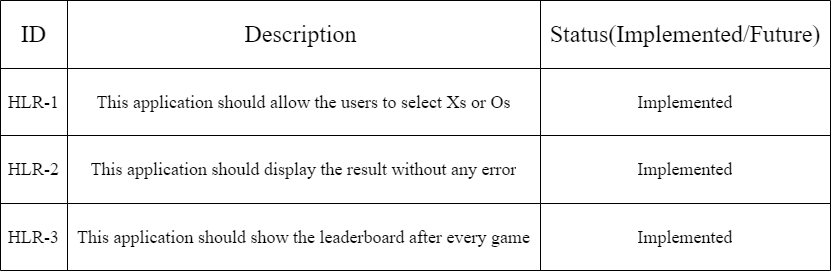
The draw.io diagram 1_Requirements/high level requirments.drawio.png in Soundarya30/M1_Tic-Tac-Toe, before a commit. Source tidied: cells renumbered, new cells last; positions are measured from the earlier drawing's top-left corner, leaving out a move shared by most shapes.
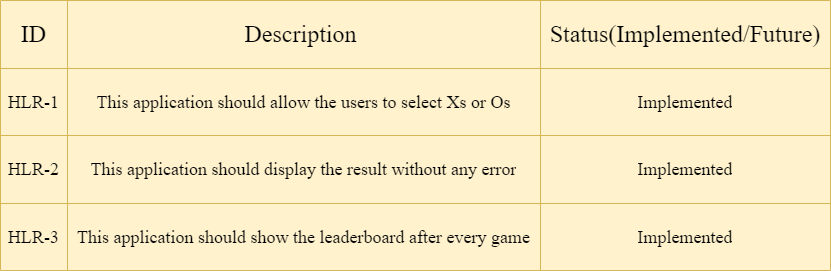
Later version of the same file.

The edit, as a diff of the source:
```diff
@@ -2,7 +2,7 @@
   <root>
     <mxCell id="0" />
     <mxCell id="1" parent="0" />
-    <mxCell id="2" style="shape=table;startSize=0;" parent="1" vertex="1">
+    <mxCell id="2" style="shape=table;startSize=0;fillColor=#fff2cc;strokeColor=#d6b656;" parent="1" vertex="1">
       <mxGeometry width="830" height="270" as="geometry" />
     </mxCell>
     <mxCell id="3" style="shape=tableRow;horizontal=0;startSize=0;swimlaneHead=0;swimlaneBody=0;top=0;left=0;bottom=0;right=0;fillColor=none;" parent="2" vertex="1">
```
